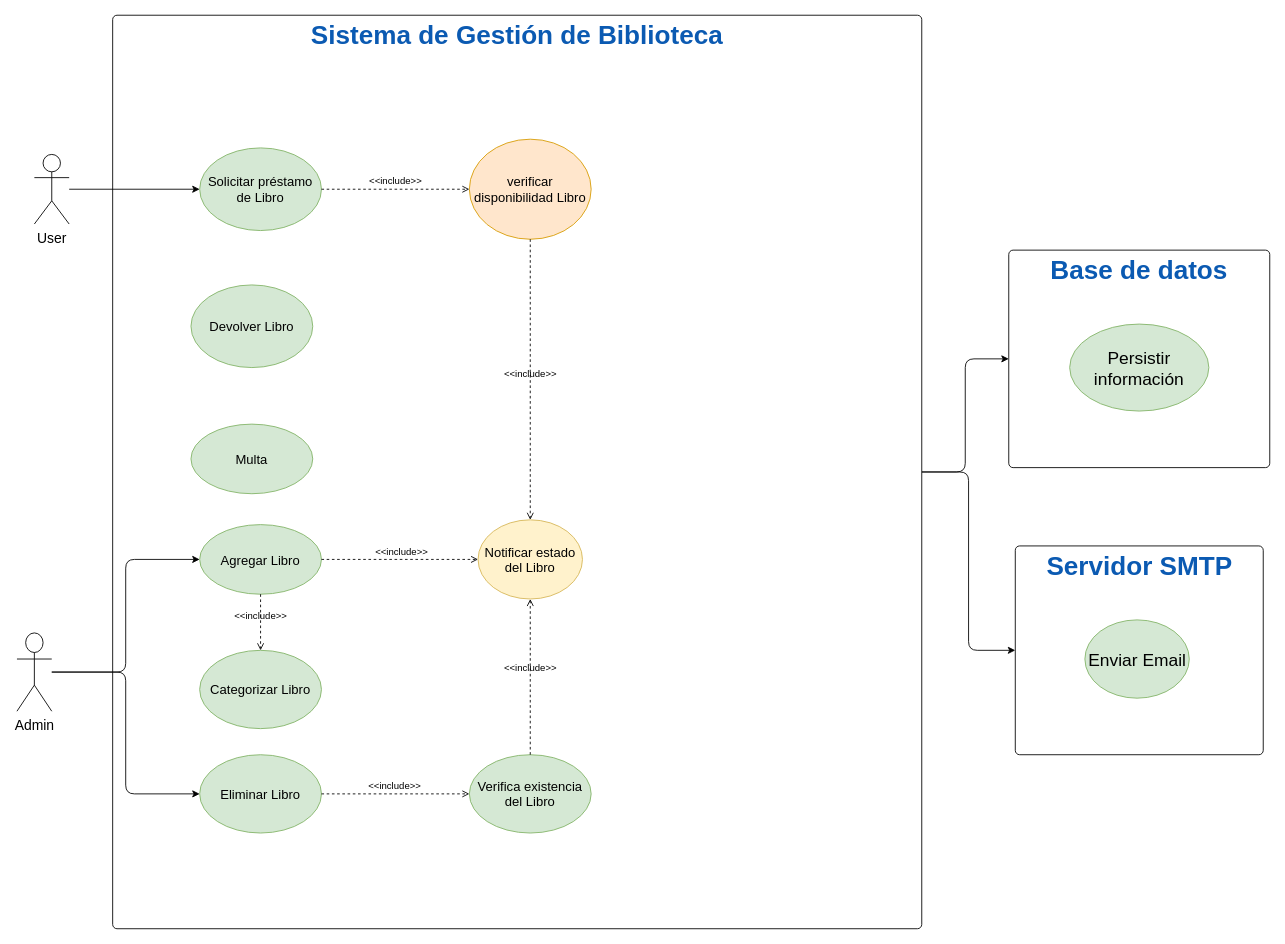
The draw.io diagram page "casosDeUso" (1 of 3) of Biblioteca.drawio in jeacevedo92/Diagramas-Arquitectura, before the edit. Source tidied: cells renumbered, new cells numbered last; positions are measured from the earlier drawing's top-left corner, leaving out a move shared by most shapes. Both pictures are drawn from the tidied source at 87%, with x=0, y=0 at pixel (17, 15).
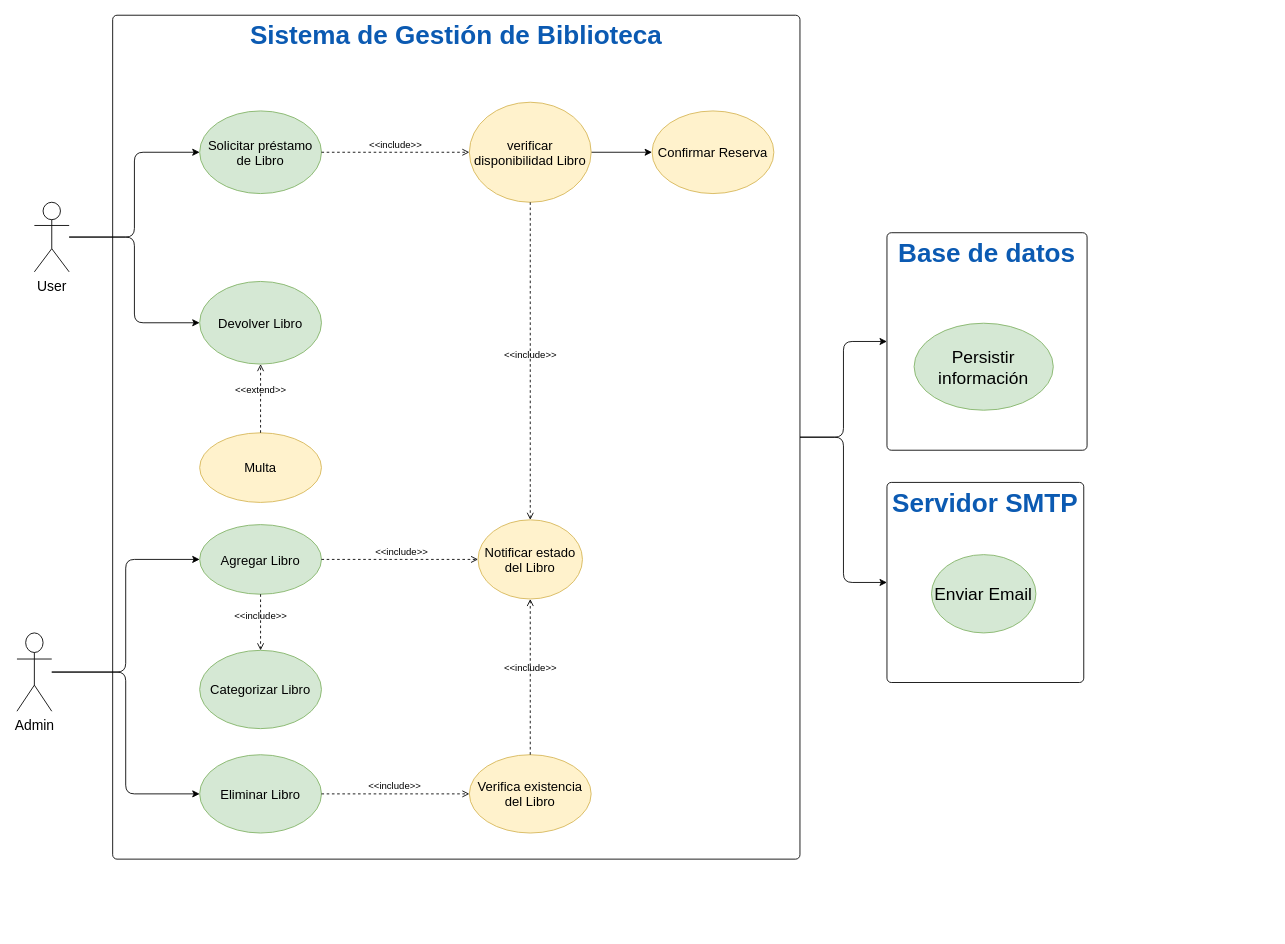
After the change.

What changed in the source:
```diff
@@
     <mxCell id="4" value="&lt;p style=&quot;margin: 0px; font-variant-numeric: normal; font-variant-east-asian: normal; font-variant-alternates: normal; font-kerning: auto; font-optical-sizing: auto; font-feature-settings: normal; font-variation-settings: normal; font-variant-position: normal; font-stretch: normal; line-height: normal; color: rgb(11, 90, 178); -webkit-text-stroke-color: rgb(0, 0, 0);&quot; class=&quot;p1&quot;&gt;&lt;span style=&quot;font-variant-ligatures: no-common-ligatures;&quot; class=&quot;s1&quot;&gt;&lt;b style=&quot;&quot;&gt;&lt;font style=&quot;font-size: 30px;&quot;&gt;Sistema de Gestión de Biblioteca&lt;/font&gt;&lt;/b&gt;&lt;/span&gt;&lt;/p&gt;" style="html=1;align=center;verticalAlign=top;rounded=1;absoluteArcSize=1;arcSize=10;dashed=0;whiteSpace=wrap;labelBackgroundColor=none;labelBorderColor=none;" parent="1" vertex="1">
-      <mxGeometry x="110" width="930" height="1050" as="geometry" />
+      <mxGeometry x="110" width="790" height="970" as="geometry" />
     </mxCell>
@@
+    <mxCell id="29" style="edgeStyle=orthogonalEdgeStyle;rounded=1;jettySize=auto;html=1;entryX=0;entryY=0.5;entryDx=0;entryDy=0;" parent="1" edge="1" source="6" target="27">
+      <mxGeometry relative="1" as="geometry" />
+    </mxCell>
     <mxCell id="6" value="User" style="shape=umlActor;verticalLabelPosition=bottom;verticalAlign=top;html=1;fontSize=16;labelBackgroundColor=none;rounded=1;" parent="1" vertex="1">
-      <mxGeometry x="20" y="160" width="40" height="80" as="geometry" />
+      <mxGeometry x="20" y="215" width="40" height="80" as="geometry" />
     </mxCell>
@@
     <mxCell id="11" value="Solicitar préstamo de Libro" style="ellipse;whiteSpace=wrap;html=1;fontSize=15;labelBackgroundColor=none;rounded=1;fillColor=#d5e8d4;strokeColor=#82b366;" parent="1" vertex="1">
-      <mxGeometry x="210" y="152.5" width="140" height="95" as="geometry" />
+      <mxGeometry x="210" y="110" width="140" height="95" as="geometry" />
     </mxCell>
+    <mxCell id="30" style="edgeStyle=orthogonalEdgeStyle;rounded=1;jettySize=auto;html=1;entryX=0;entryY=0.5;entryDx=0;entryDy=0;" parent="1" edge="1" source="12" target="32">
+      <mxGeometry relative="1" as="geometry" />
+    </mxCell>
-    <mxCell id="12" value="verificar disponibilidad Libro" style="ellipse;whiteSpace=wrap;html=1;fontSize=15;labelBackgroundColor=none;rounded=1;fillColor=#ffe6cc;strokeColor=#d79b00;" parent="1" vertex="1">
-      <mxGeometry x="520" y="142.5" width="140" height="115" as="geometry" />
+    <mxCell id="12" value="verificar disponibilidad Libro" style="ellipse;whiteSpace=wrap;html=1;fontSize=15;labelBackgroundColor=none;rounded=1;fillColor=#fff2cc;strokeColor=#d6b656;" parent="1" vertex="1">
+      <mxGeometry x="520" y="100" width="140" height="115" as="geometry" />
     </mxCell>
@@
-    <mxCell id="15" value="Verifica existencia del Libro" style="ellipse;whiteSpace=wrap;html=1;fontSize=15;labelBackgroundColor=none;rounded=1;fillColor=#d5e8d4;strokeColor=#82b366;" parent="1" vertex="1">
+    <mxCell id="15" value="Verifica existencia del Libro" style="ellipse;whiteSpace=wrap;html=1;fontSize=15;labelBackgroundColor=none;rounded=1;fillColor=#fff2cc;strokeColor=#d6b656;" parent="1" vertex="1">
       <mxGeometry x="520" y="850" width="140" height="90" as="geometry" />
     </mxCell>
@@
     <mxCell id="23" value="&lt;p style=&quot;margin: 0px; font-variant-numeric: normal; font-variant-east-asian: normal; font-variant-alternates: normal; font-kerning: auto; font-optical-sizing: auto; font-feature-settings: normal; font-variation-settings: normal; font-variant-position: normal; font-stretch: normal; line-height: normal; color: rgb(11, 90, 178); -webkit-text-stroke-color: rgb(0, 0, 0);&quot; class=&quot;p1&quot;&gt;&lt;span style=&quot;font-size: 30px; font-variant-ligatures: no-common-ligatures;&quot;&gt;&lt;b&gt;Base de datos&lt;/b&gt;&lt;/span&gt;&lt;/p&gt;" style="html=1;align=center;verticalAlign=top;rounded=1;absoluteArcSize=1;arcSize=10;dashed=0;whiteSpace=wrap;labelBackgroundColor=none;labelBorderColor=none;" parent="1" vertex="1">
-      <mxGeometry x="1140" y="270" width="300" height="250" as="geometry" />
+      <mxGeometry x="1000" y="250" width="230" height="250" as="geometry" />
     </mxCell>
     <mxCell id="24" value="&lt;p style=&quot;margin: 0px; font-variant-numeric: normal; font-variant-east-asian: normal; font-variant-alternates: normal; font-kerning: auto; font-optical-sizing: auto; font-feature-settings: normal; font-variation-settings: normal; font-variant-position: normal; font-stretch: normal; line-height: normal; color: rgb(11, 90, 178); -webkit-text-stroke-color: rgb(0, 0, 0);&quot; class=&quot;p1&quot;&gt;&lt;span style=&quot;font-variant-ligatures: no-common-ligatures;&quot; class=&quot;s1&quot;&gt;&lt;b style=&quot;&quot;&gt;&lt;font style=&quot;font-size: 30px;&quot;&gt;Servidor SMTP&lt;/font&gt;&lt;/b&gt;&lt;/span&gt;&lt;/p&gt;" style="html=1;align=center;verticalAlign=top;rounded=1;absoluteArcSize=1;arcSize=10;dashed=0;whiteSpace=wrap;labelBackgroundColor=none;labelBorderColor=none;" parent="1" vertex="1">
-      <mxGeometry x="1147.5" y="610" width="285" height="240" as="geometry" />
+      <mxGeometry x="1000" y="537" width="226.2" height="230" as="geometry" />
     </mxCell>
     <mxCell id="25" value="Enviar Email" style="ellipse;whiteSpace=wrap;html=1;fontSize=20;labelBackgroundColor=none;rounded=1;fillColor=#d5e8d4;strokeColor=#82b366;" parent="1" vertex="1">
-      <mxGeometry x="1227.5" y="695" width="120" height="90" as="geometry" />
+      <mxGeometry x="1051.2" y="620" width="120" height="90" as="geometry" />
     </mxCell>
     <mxCell id="26" value="Persistir información" style="ellipse;whiteSpace=wrap;html=1;fontSize=20;labelBackgroundColor=none;rounded=1;fillColor=#d5e8d4;strokeColor=#82b366;" parent="1" vertex="1">
-      <mxGeometry x="1210" y="355" width="160" height="100" as="geometry" />
+      <mxGeometry x="1031.2" y="354" width="160" height="100" as="geometry" />
     </mxCell>
     <mxCell id="27" value="Devolver Libro" style="ellipse;whiteSpace=wrap;html=1;fontSize=15;labelBackgroundColor=none;rounded=1;fillColor=#d5e8d4;strokeColor=#82b366;" parent="1" vertex="1">
-      <mxGeometry x="200" y="310" width="140" height="95" as="geometry" />
+      <mxGeometry x="210" y="306" width="140" height="95" as="geometry" />
     </mxCell>
-    <mxCell id="28" value="Multa" style="ellipse;whiteSpace=wrap;html=1;fontSize=15;labelBackgroundColor=none;rounded=1;fillColor=#d5e8d4;strokeColor=#82b366;" parent="1" vertex="1">
-      <mxGeometry x="200" y="470" width="140" height="80" as="geometry" />
+    <mxCell id="28" value="Multa" style="ellipse;whiteSpace=wrap;html=1;fontSize=15;labelBackgroundColor=none;rounded=1;fillColor=#fff2cc;strokeColor=#d6b656;" parent="1" vertex="1">
+      <mxGeometry x="210" y="480" width="140" height="80" as="geometry" />
     </mxCell>
+    <mxCell id="31" value="&lt;div&gt;&lt;br&gt;&lt;/div&gt;&lt;div&gt;&lt;br&gt;&lt;/div&gt;&amp;lt;&amp;lt;extend&amp;gt;&amp;gt;" style="html=1;verticalAlign=bottom;labelBackgroundColor=none;endArrow=open;endFill=0;dashed=1;rounded=1;exitX=0.5;exitY=0;exitDx=0;exitDy=0;entryX=0.5;entryY=1;entryDx=0;entryDy=0;fontColor=default;" parent="1" edge="1" source="28" target="27">
+      <mxGeometry x="0.01" relative="1" as="geometry" />
+    </mxCell>
+    <mxCell id="32" value="Confirmar Reserva" style="ellipse;whiteSpace=wrap;html=1;fontSize=15;labelBackgroundColor=none;rounded=1;fillColor=#fff2cc;strokeColor=#d6b656;" parent="1" vertex="1">
+      <mxGeometry x="730" y="110" width="140" height="95" as="geometry" />
+    </mxCell>
```
